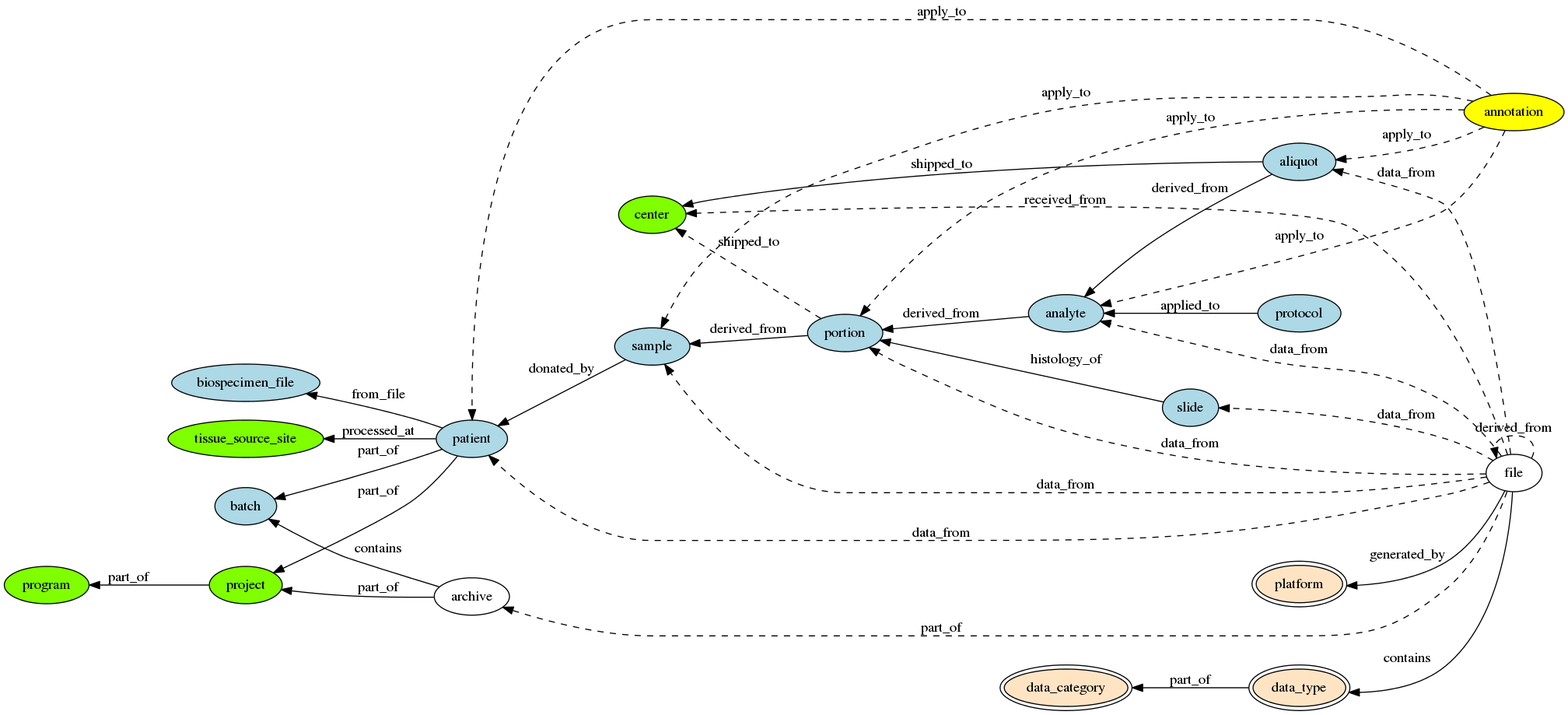
Earlier version of the Graphviz export viz/gdc_data_model.png (NCI-GDC/gdcdatamodel). Its source is kept beside it as viz/gdc_data_model.gv.
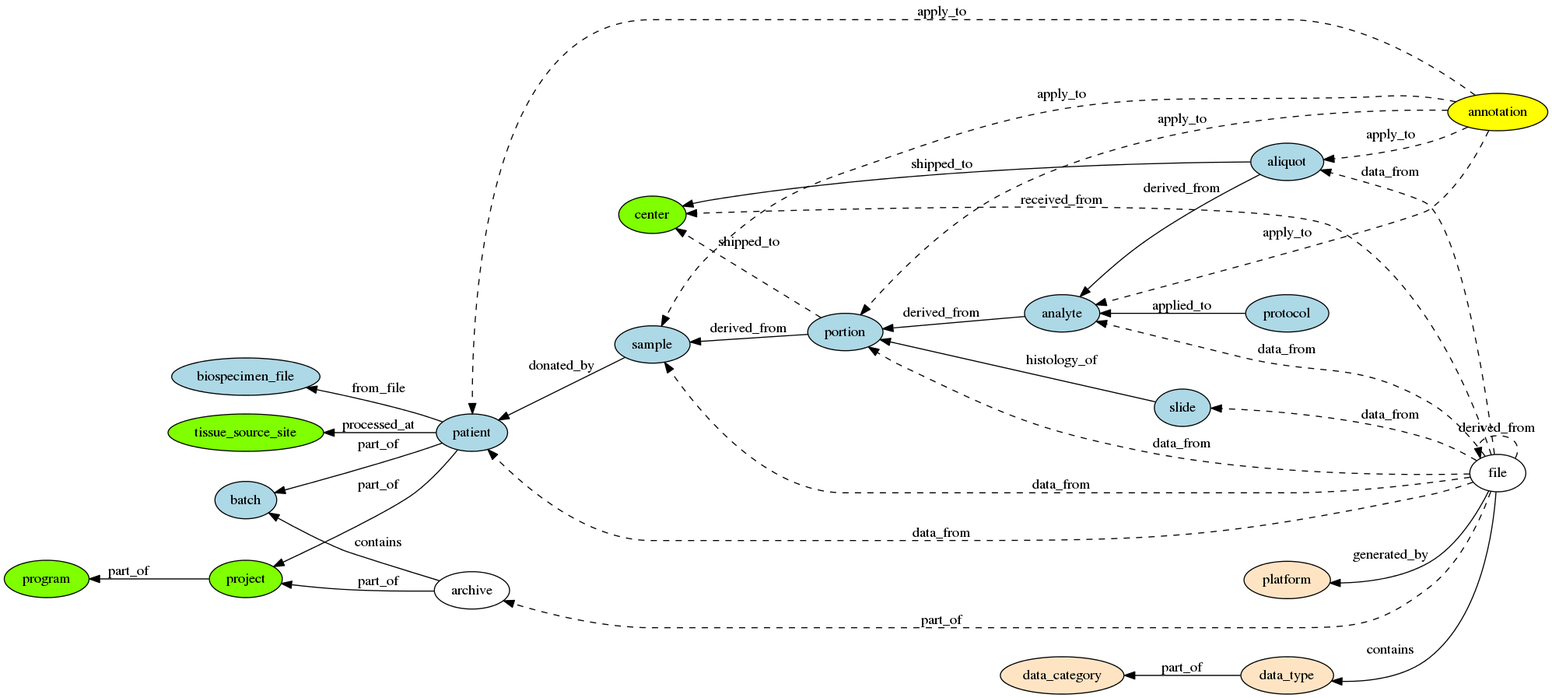
Above is the later version.

Commit message:
Removed double outline

Change to the diagram source:
```diff
@@ -42,8 +42,8 @@
 	file -> slide [ label = "data_from", style=dashed];
 
 
-	node[fillcolor = bisque, peripheries=2 ]
-	#these nodes would have multiple types based on Junjun's spreadsheet + TARGET, just made single node to reduce clutter for now
+	node[fillcolor = bisque ]
+	#these nodes would have multiple types based on Junjun's spreadsheet + TARGET
 	file -> platform [ label = "generated_by" ]
 	file -> data_type [ label = "contains" ]
 	#file -> data_level [ label = "??" ]
```
